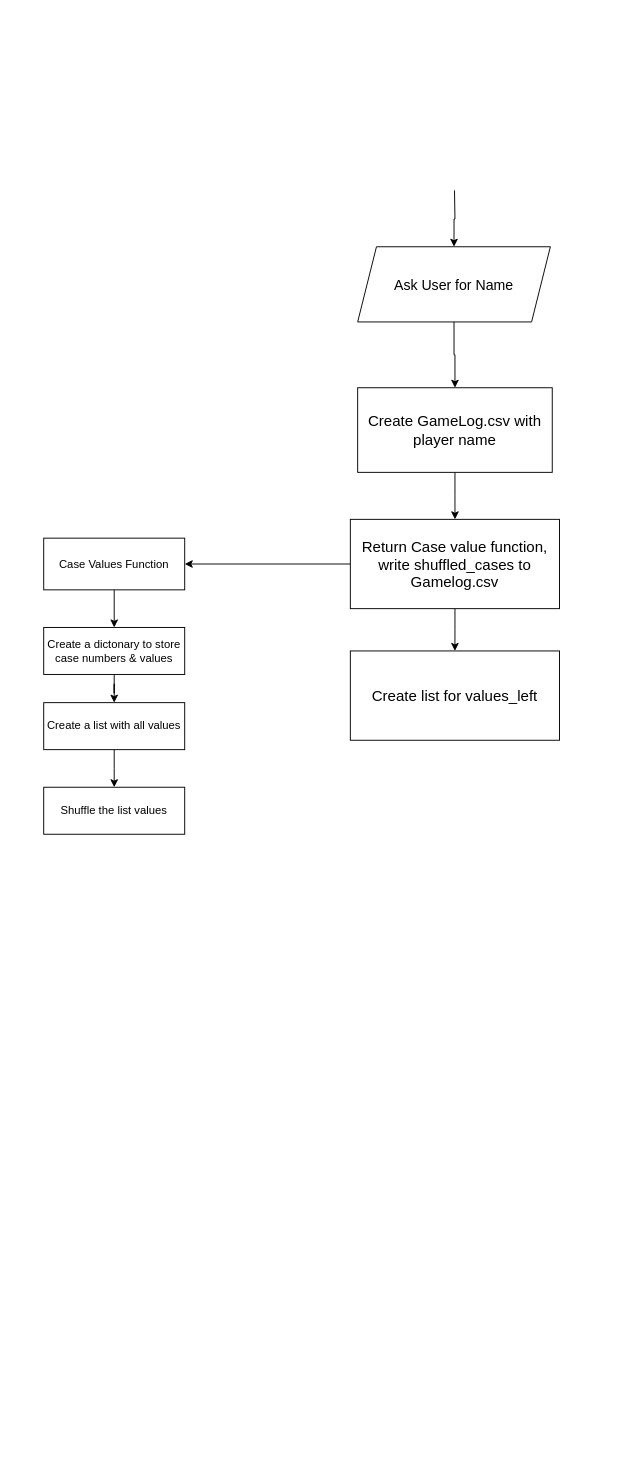
Before: flowchart/DealornoDeal2.0.drawio in BenDavies1218/Terminal_Application, a draw.io diagram. Source tidied: cells renumbered, new cells numbered last; positions are measured from the earlier drawing's top-left corner, leaving out a move shared by most shapes. Both pictures are drawn from the tidied source at 94%, with x=0, y=0 at pixel (43, 190).
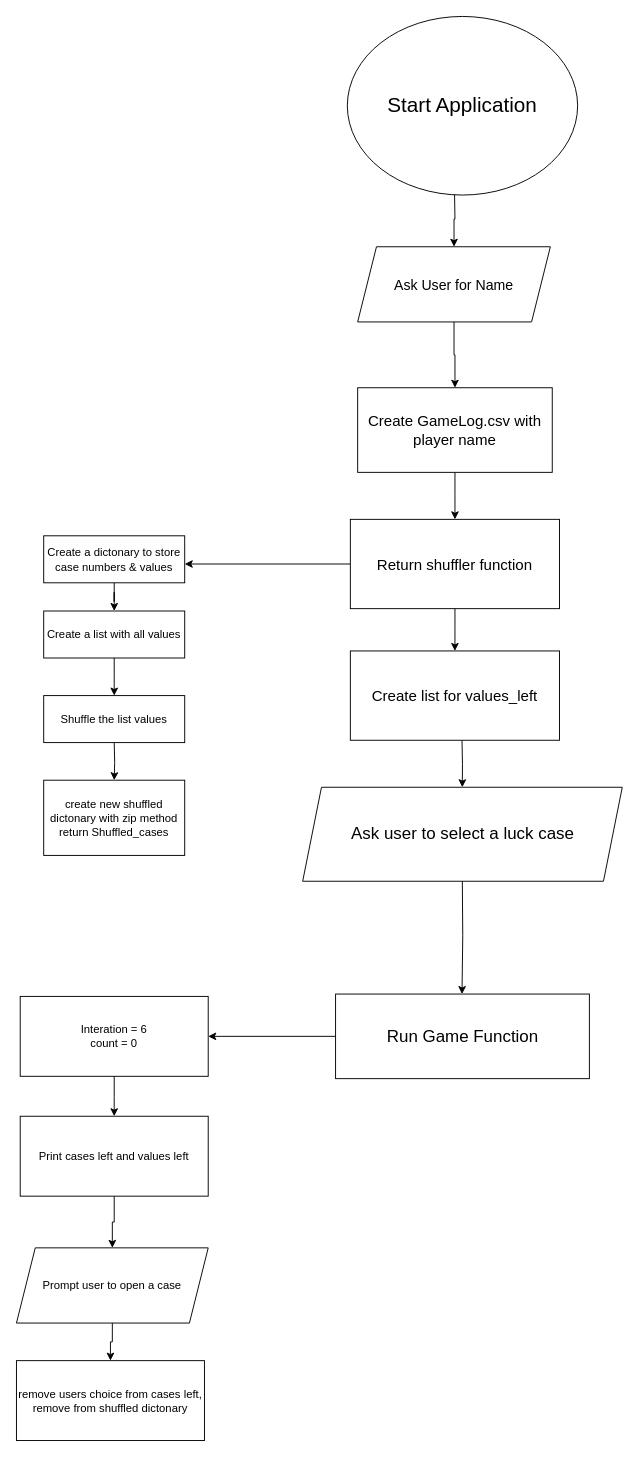
Above is the later version.

Change to the diagram source:
```diff
@@
-    <mxCell id="9" style="edgeStyle=orthogonalEdgeStyle;rounded=0;jettySize=auto;html=1;entryX=1;entryY=0.5;entryDx=0;entryDy=0;" parent="1" edge="1" source="10" target="12">
-      <mxGeometry relative="1" as="geometry" />
+    <mxCell id="9" style="edgeStyle=orthogonalEdgeStyle;rounded=0;jettySize=auto;html=1;entryX=1;entryY=0.5;entryDx=0;entryDy=0;" parent="1" edge="1" source="10">
+      <mxGeometry relative="1" as="geometry">
+        <mxPoint x="150" y="397.5" as="targetPoint" />
+      </mxGeometry>
     </mxCell>
-    <mxCell id="10" value="&lt;span style=&quot;font-size: 16px;&quot;&gt;Return Case value function, write shuffled_cases to Gamelog.csv&lt;/span&gt;" style="whiteSpace=wrap;html=1;rounded=0;" parent="1" vertex="1">
+    <mxCell id="10" value="&lt;span style=&quot;font-size: 16px;&quot;&gt;Return shuffler function&lt;/span&gt;" style="whiteSpace=wrap;html=1;rounded=0;" parent="1" vertex="1">
       <mxGeometry x="326.2" y="350" width="222.5" height="95" as="geometry" />
     </mxCell>
-    <mxCell id="11" style="edgeStyle=orthogonalEdgeStyle;rounded=0;jettySize=auto;html=1;" parent="1" edge="1" source="12" target="14">
-      <mxGeometry relative="1" as="geometry" />
-    </mxCell>
-    <mxCell id="12" value="Case Values Function" style="rounded=0;whiteSpace=wrap;html=1;" parent="1" vertex="1">
-      <mxGeometry y="370" width="150" height="55" as="geometry" />
-    </mxCell>
@@
     <mxCell id="14" value="Create a dictonary to store case numbers &amp;amp; values" style="rounded=0;whiteSpace=wrap;html=1;" parent="1" vertex="1">
-      <mxGeometry y="465" width="150" height="50" as="geometry" />
+      <mxGeometry y="367.5" width="150" height="50" as="geometry" />
     </mxCell>
     <mxCell id="15" style="edgeStyle=orthogonalEdgeStyle;rounded=0;jettySize=auto;html=1;" parent="1" edge="1" source="16">
       <mxGeometry relative="1" as="geometry">
-        <mxPoint x="75" y="635" as="targetPoint" />
+        <mxPoint x="75" y="537.5" as="targetPoint" />
       </mxGeometry>
     </mxCell>
     <mxCell id="16" value="Create a list with all values" style="rounded=0;whiteSpace=wrap;html=1;" parent="1" vertex="1">
-      <mxGeometry y="545" width="150" height="50" as="geometry" />
+      <mxGeometry y="447.5" width="150" height="50" as="geometry" />
     </mxCell>
     <mxCell id="17" value="Shuffle the list values" style="rounded=0;whiteSpace=wrap;html=1;" parent="1" vertex="1">
-      <mxGeometry y="635" width="150" height="50" as="geometry" />
+      <mxGeometry y="537.5" width="150" height="50" as="geometry" />
     </mxCell>
@@
+    <mxCell id="19" value="&lt;font style=&quot;font-size: 22px;&quot;&gt;Start Application&lt;/font&gt;" style="ellipse;whiteSpace=wrap;html=1;" parent="1" vertex="1">
+      <mxGeometry x="323" y="-185" width="245" height="190" as="geometry" />
+    </mxCell>
+    <mxCell id="20" value="create new shuffled dictonary with zip method&lt;br&gt;return Shuffled_cases" style="rounded=0;whiteSpace=wrap;html=1;" parent="1" vertex="1">
+      <mxGeometry y="627.5" width="150" height="80" as="geometry" />
+    </mxCell>
+    <mxCell id="21" style="edgeStyle=orthogonalEdgeStyle;rounded=0;jettySize=auto;html=1;entryX=0.5;entryY=0;entryDx=0;entryDy=0;" parent="1" edge="1" target="20">
+      <mxGeometry relative="1" as="geometry">
+        <mxPoint x="75" y="587.5" as="sourcePoint" />
+      </mxGeometry>
+    </mxCell>
+    <mxCell id="22" style="edgeStyle=orthogonalEdgeStyle;rounded=0;orthogonalLoop=1;jettySize=auto;html=1;" parent="1" edge="1">
+      <mxGeometry relative="1" as="geometry">
+        <mxPoint x="445.3" y="730" as="sourcePoint" />
+        <mxPoint x="445" y="855" as="targetPoint" />
+      </mxGeometry>
+    </mxCell>
+    <mxCell id="23" style="edgeStyle=orthogonalEdgeStyle;rounded=0;jettySize=auto;html=1;" parent="1" edge="1" source="24" target="26">
+      <mxGeometry relative="1" as="geometry" />
+    </mxCell>
+    <mxCell id="24" value="&lt;font style=&quot;font-size: 18px;&quot;&gt;Run Game Function&lt;/font&gt;" style="rounded=0;whiteSpace=wrap;html=1;" parent="1" vertex="1">
+      <mxGeometry x="310.5" y="855" width="270" height="90" as="geometry" />
+    </mxCell>
+    <mxCell id="25" style="edgeStyle=orthogonalEdgeStyle;rounded=0;jettySize=auto;html=1;" parent="1" edge="1" source="26">
+      <mxGeometry relative="1" as="geometry">
+        <mxPoint x="75" y="985" as="targetPoint" />
+      </mxGeometry>
+    </mxCell>
+    <mxCell id="26" value="Interation = 6&lt;br&gt;count = 0" style="rounded=0;whiteSpace=wrap;html=1;" parent="1" vertex="1">
+      <mxGeometry x="-25" y="857.5" width="200" height="85" as="geometry" />
+    </mxCell>
+    <mxCell id="27" style="edgeStyle=orthogonalEdgeStyle;rounded=0;orthogonalLoop=1;jettySize=auto;html=1;" parent="1" edge="1">
+      <mxGeometry relative="1" as="geometry">
+        <mxPoint x="445" y="585" as="sourcePoint" />
+        <mxPoint x="445.3" y="635" as="targetPoint" />
+      </mxGeometry>
+    </mxCell>
+    <mxCell id="28" value="&lt;font style=&quot;font-size: 18px;&quot;&gt;Ask user to select a luck case&lt;/font&gt;" style="shape=parallelogram;perimeter=parallelogramPerimeter;whiteSpace=wrap;html=1;fixedSize=1;" parent="1" vertex="1">
+      <mxGeometry x="275.5" y="635" width="340" height="100" as="geometry" />
+    </mxCell>
+    <mxCell id="29" value="remove users choice from cases left, remove from shuffled dictonary" style="rounded=0;whiteSpace=wrap;html=1;" parent="1" vertex="1">
+      <mxGeometry x="-29" y="1245" width="200" height="85" as="geometry" />
+    </mxCell>
+    <mxCell id="30" style="edgeStyle=orthogonalEdgeStyle;rounded=0;jettySize=auto;html=1;entryX=0.5;entryY=0;entryDx=0;entryDy=0;" parent="1" edge="1" source="31" target="29">
+      <mxGeometry relative="1" as="geometry" />
+    </mxCell>
+    <mxCell id="31" value="Prompt user to open a case" style="shape=parallelogram;perimeter=parallelogramPerimeter;whiteSpace=wrap;html=1;fixedSize=1;" parent="1" vertex="1">
+      <mxGeometry x="-29" y="1125" width="204" height="80" as="geometry" />
+    </mxCell>
+    <mxCell id="32" style="edgeStyle=orthogonalEdgeStyle;rounded=0;jettySize=auto;html=1;entryX=0.5;entryY=0;entryDx=0;entryDy=0;" parent="1" edge="1" source="33" target="31">
+      <mxGeometry relative="1" as="geometry" />
+    </mxCell>
+    <mxCell id="33" value="Print cases left and values left" style="rounded=0;whiteSpace=wrap;html=1;" parent="1" vertex="1">
+      <mxGeometry x="-25" y="985" width="200" height="85" as="geometry" />
+    </mxCell>
```
